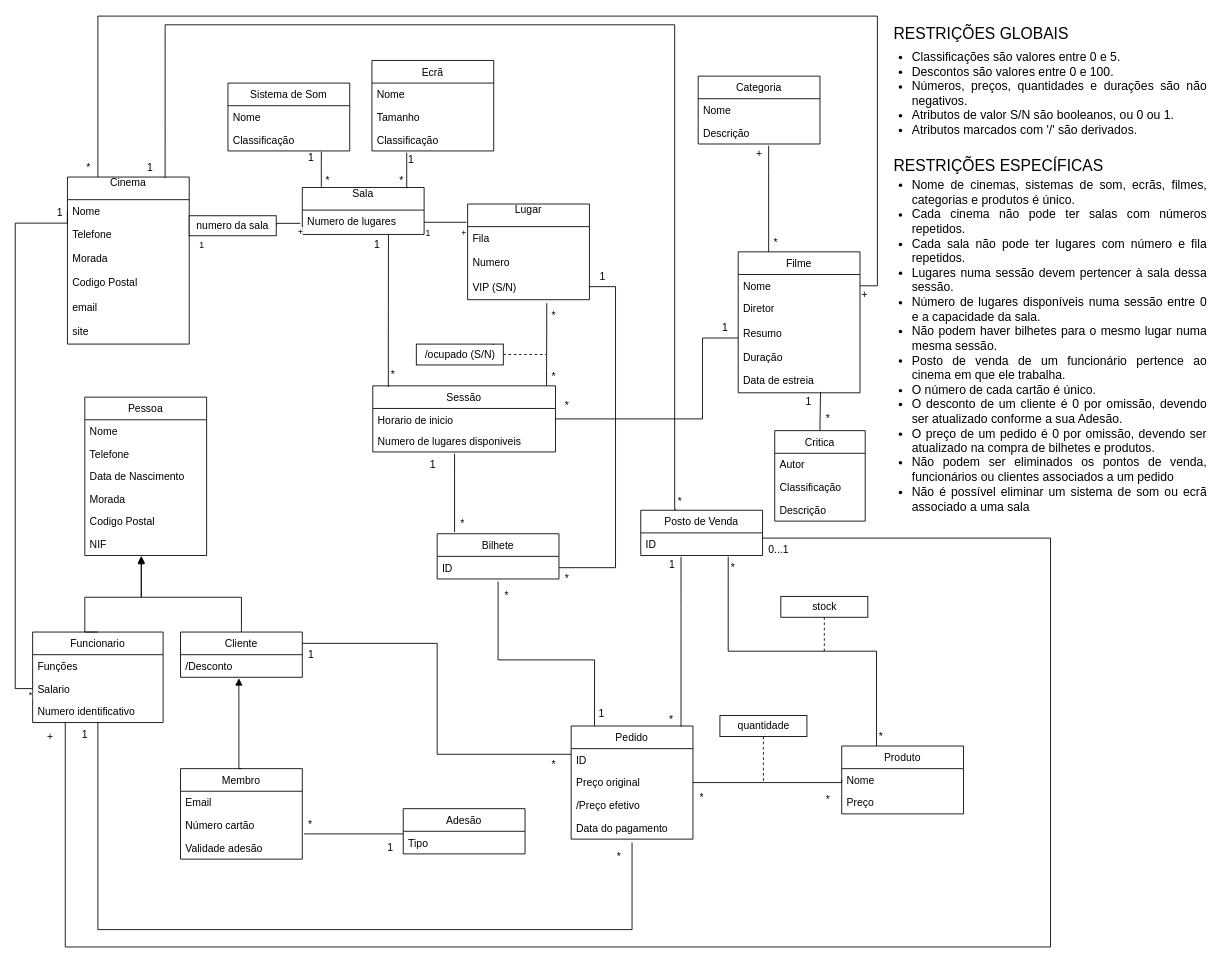
Before: UML.drawio in GambuzX/Movie-Theater-DB, a draw.io diagram. Source tidied: cells renumbered, new cells numbered last; positions are measured from the earlier drawing's top-left corner, leaving out a move shared by most shapes. Both pictures are drawn from the tidied source at 87%, with x=0, y=0 at pixel (15, 15).
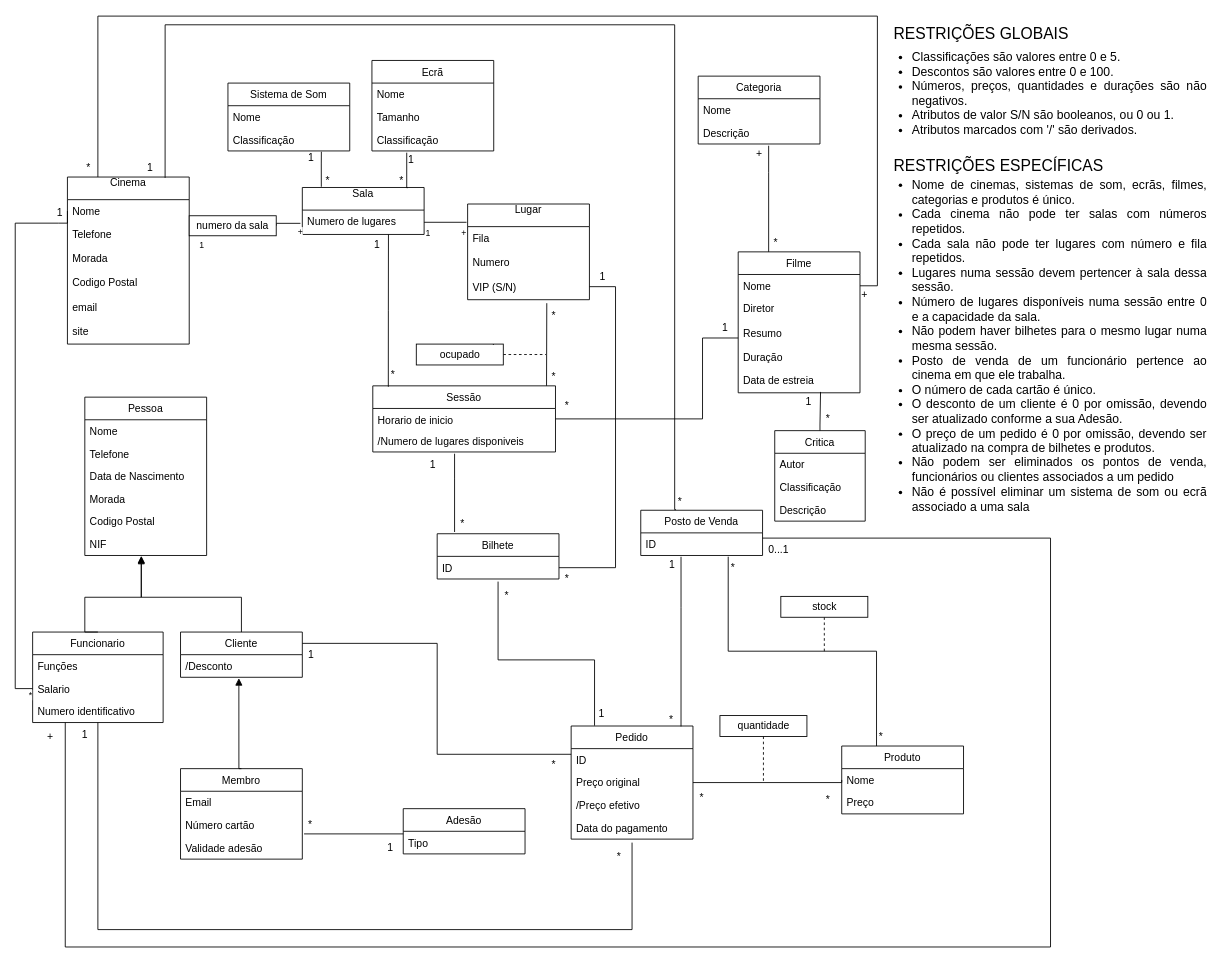
The same diagram, later.

Unchanged cells that the change refers to:
```xml
<mxCell id="65" value="Sessão" style="swimlane;fontStyle=0;horizontal=1;startSize=26;fillColor=none;" parent="1" vertex="1">
  <mxGeometry x="411" y="426" width="210" height="76" as="geometry" />
</mxCell>
```

The edit, as a diff of the source:
```diff
@@
-    <mxCell id="67" value="Numero de lugares disponiveis" style="text;strokeColor=none;fillColor=none;align=left;verticalAlign=top;spacingLeft=4;spacingRight=4;overflow=hidden;" parent="65" vertex="1">
+    <mxCell id="67" value="/Numero de lugares disponiveis" style="text;strokeColor=none;fillColor=none;align=left;verticalAlign=top;spacingLeft=4;spacingRight=4;overflow=hidden;" parent="65" vertex="1">
       <mxGeometry y="50" width="210" height="26" as="geometry" />
     </mxCell>
@@
-    <mxCell id="142" value="/ocupado (S/N)&lt;br&gt;" style="html=1;" parent="1" vertex="1">
+    <mxCell id="142" value="ocupado&lt;br&gt;" style="html=1;" parent="1" vertex="1">
       <mxGeometry x="461" y="378" width="100" height="24" as="geometry" />
     </mxCell>
```
